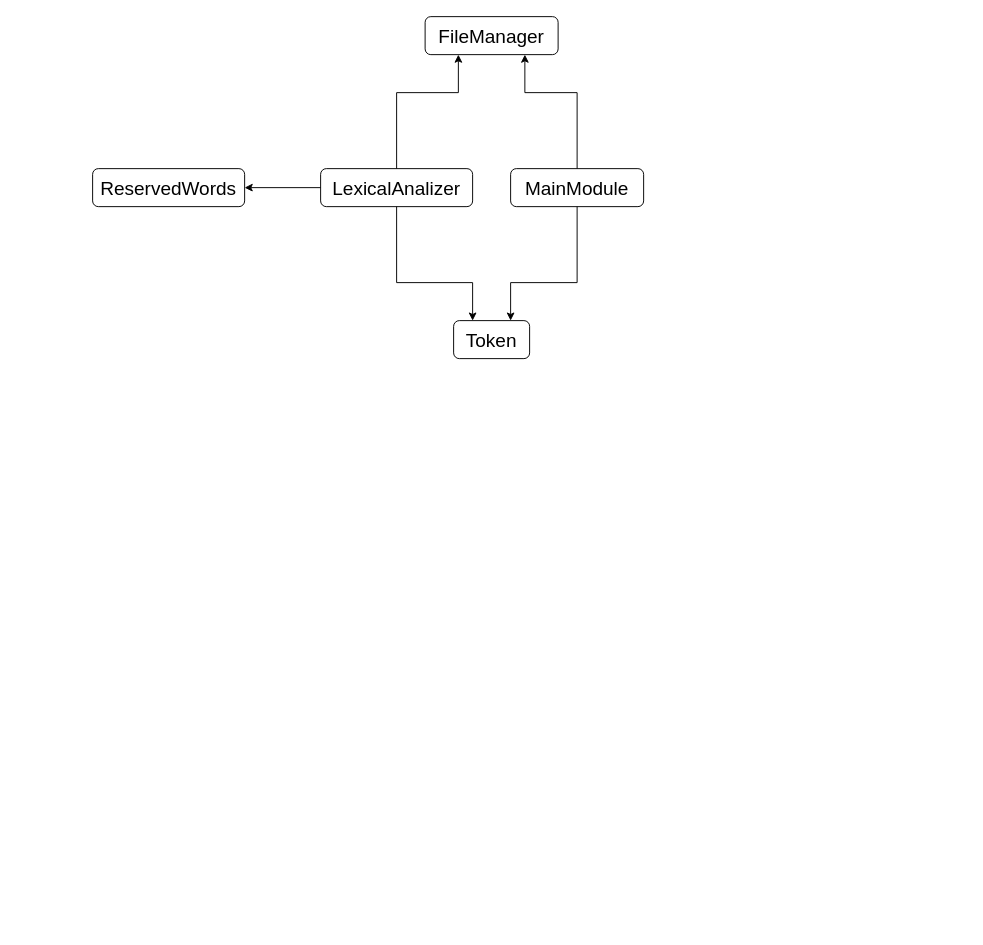
MatiasEG/Proyecto_Compiladores keeps this draw.io diagram as Clases.drawio. Above is the earlier version. Source tidied: cells renumbered, new cells numbered last; positions are measured from the earlier drawing's top-left corner, leaving out a move shared by most shapes. Both pictures are drawn from the tidied source at 95%, with x=0, y=0 at pixel (92, 16).
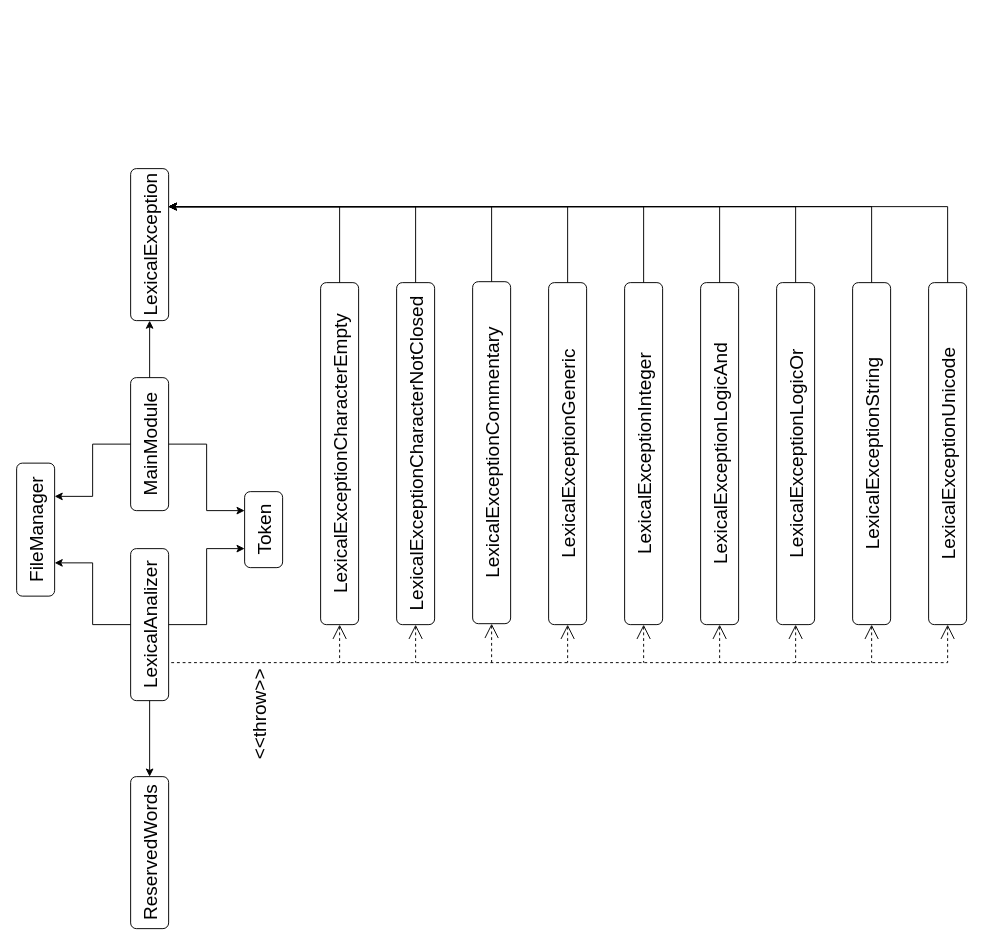
Above is the later version.

What changed in the source:
```diff
@@
+    <mxCell id="12" style="group;rotation=-90;" parent="1" vertex="1">
+      <mxGeometry y="40" width="840" height="1000" as="geometry" />
+    </mxCell>
-    <mxCell id="2" value="FileManager" style="rounded=1;whiteSpace=wrap;html=1;fontSize=20;" parent="1" vertex="1">
-      <mxGeometry x="350" width="140" height="40" as="geometry" />
+    <mxCell id="2" value="FileManager" style="rounded=1;whiteSpace=wrap;html=1;fontSize=20;rotation=-90;" parent="12" vertex="1">
+      <mxGeometry x="-130" y="480" width="140" height="40" as="geometry" />
     </mxCell>
-    <mxCell id="3" value="LexicalAnalizer" style="rounded=1;whiteSpace=wrap;html=1;fontSize=20;" parent="1" vertex="1">
-      <mxGeometry x="240" y="160" width="160" height="40" as="geometry" />
+    <mxCell id="3" value="LexicalAnalizer" style="rounded=1;whiteSpace=wrap;html=1;fontSize=20;rotation=-90;" parent="12" vertex="1">
+      <mxGeometry x="-20" y="580" width="160" height="40" as="geometry" />
     </mxCell>
-    <mxCell id="4" value="MainModule" style="rounded=1;whiteSpace=wrap;html=1;fontSize=20;" parent="1" vertex="1">
-      <mxGeometry x="440" y="160" width="140" height="40" as="geometry" />
+    <mxCell id="4" value="MainModule" style="rounded=1;whiteSpace=wrap;html=1;fontSize=20;rotation=-90;" parent="12" vertex="1">
+      <mxGeometry x="-10" y="390" width="140" height="40" as="geometry" />
     </mxCell>
-    <mxCell id="5" value="ReservedWords" style="rounded=1;whiteSpace=wrap;html=1;fontSize=20;" parent="1" vertex="1">
-      <mxGeometry y="160" width="160" height="40" as="geometry" />
+    <mxCell id="5" value="ReservedWords" style="rounded=1;whiteSpace=wrap;html=1;fontSize=20;rotation=-90;" parent="12" vertex="1">
+      <mxGeometry x="-20" y="820" width="160" height="40" as="geometry" />
     </mxCell>
-    <mxCell id="6" value="Token" style="rounded=1;whiteSpace=wrap;html=1;fontSize=20;" parent="1" vertex="1">
-      <mxGeometry x="380" y="320" width="80" height="40" as="geometry" />
+    <mxCell id="6" value="Token" style="rounded=1;whiteSpace=wrap;html=1;fontSize=20;rotation=-90;" parent="12" vertex="1">
+      <mxGeometry x="140" y="480" width="80" height="40" as="geometry" />
     </mxCell>
-    <mxCell id="7" style="endArrow=classic;html=1;rounded=0;fontSize=20;entryX=0.75;entryY=0;entryDx=0;entryDy=0;exitX=0.5;exitY=1;exitDx=0;exitDy=0;" parent="1" edge="1" source="4" target="6">
+    <mxCell id="7" style="endArrow=classic;html=1;rounded=0;fontSize=20;entryX=0.75;entryY=0;entryDx=0;entryDy=0;exitX=0.5;exitY=1;exitDx=0;exitDy=0;" parent="12" edge="1" source="4" target="6">
       <mxGeometry relative="1" as="geometry">
         <Array as="points">
-          <mxPoint x="510" y="280" />
-          <mxPoint x="440" y="280" />
+          <mxPoint x="120" y="410" />
+          <mxPoint x="120" y="480" />
         </Array>
       </mxGeometry>
     </mxCell>
-    <mxCell id="8" style="endArrow=classic;html=1;rounded=0;fontSize=20;exitX=0.5;exitY=1;exitDx=0;exitDy=0;entryX=0.25;entryY=0;entryDx=0;entryDy=0;" parent="1" edge="1" source="3" target="6">
+    <mxCell id="8" style="endArrow=classic;html=1;rounded=0;fontSize=20;exitX=0.5;exitY=1;exitDx=0;exitDy=0;entryX=0.25;entryY=0;entryDx=0;entryDy=0;" parent="12" edge="1" source="3" target="6">
       <mxGeometry relative="1" as="geometry">
         <Array as="points">
-          <mxPoint x="320" y="280" />
-          <mxPoint x="400" y="280" />
+          <mxPoint x="120" y="600" />
+          <mxPoint x="120" y="520" />
         </Array>
       </mxGeometry>
     </mxCell>
-    <mxCell id="9" style="endArrow=classic;html=1;rounded=0;fontSize=20;entryX=0.25;entryY=1;entryDx=0;entryDy=0;exitX=0.5;exitY=0;exitDx=0;exitDy=0;" parent="1" edge="1" source="3" target="2">
+    <mxCell id="9" style="endArrow=classic;html=1;rounded=0;fontSize=20;entryX=0.25;entryY=1;entryDx=0;entryDy=0;exitX=0.5;exitY=0;exitDx=0;exitDy=0;" parent="12" edge="1" source="3" target="2">
       <mxGeometry relative="1" as="geometry">
         <Array as="points">
-          <mxPoint x="320" y="80" />
-          <mxPoint x="385" y="80" />
+          <mxPoint y="600" />
+          <mxPoint y="535" />
         </Array>
       </mxGeometry>
     </mxCell>
-    <mxCell id="10" style="endArrow=classic;html=1;rounded=0;fontSize=20;entryX=0.75;entryY=1;entryDx=0;entryDy=0;exitX=0.5;exitY=0;exitDx=0;exitDy=0;" parent="1" edge="1" source="4" target="2">
+    <mxCell id="10" style="endArrow=classic;html=1;rounded=0;fontSize=20;entryX=0.75;entryY=1;entryDx=0;entryDy=0;exitX=0.5;exitY=0;exitDx=0;exitDy=0;" parent="12" edge="1" source="4" target="2">
       <mxGeometry relative="1" as="geometry">
         <Array as="points">
-          <mxPoint x="510" y="80" />
-          <mxPoint x="455" y="80" />
+          <mxPoint y="410" />
+          <mxPoint y="465" />
         </Array>
       </mxGeometry>
     </mxCell>
-    <mxCell id="11" style="endArrow=classic;html=1;rounded=0;fontSize=20;entryX=1;entryY=0.5;entryDx=0;entryDy=0;exitX=0;exitY=0.5;exitDx=0;exitDy=0;" parent="1" edge="1" source="3" target="5">
+    <mxCell id="11" style="endArrow=classic;html=1;rounded=0;fontSize=20;entryX=1;entryY=0.5;entryDx=0;entryDy=0;exitX=0;exitY=0.5;exitDx=0;exitDy=0;" parent="12" edge="1" source="3" target="5">
       <mxGeometry relative="1" as="geometry" />
     </mxCell>
+    <mxCell id="13" value="LexicalException" style="rounded=1;whiteSpace=wrap;html=1;fontSize=20;rotation=-90;" parent="12" vertex="1">
+      <mxGeometry x="-20" y="180" width="160" height="40" as="geometry" />
+    </mxCell>
+    <mxCell id="14" value="LexicalExceptionCharacterEmpty" style="rounded=1;whiteSpace=wrap;html=1;fontSize=20;rotation=-90;" parent="12" vertex="1">
+      <mxGeometry x="80" y="400" width="360" height="40" as="geometry" />
+    </mxCell>
+    <mxCell id="15" value="LexicalExceptionUnicode" style="rounded=1;whiteSpace=wrap;html=1;fontSize=20;rotation=-90;" parent="12" vertex="1">
+      <mxGeometry x="720" y="400" width="360" height="40" as="geometry" />
+    </mxCell>
+    <mxCell id="16" value="LexicalExceptionString" style="rounded=1;whiteSpace=wrap;html=1;fontSize=20;rotation=-90;" parent="12" vertex="1">
+      <mxGeometry x="640" y="400" width="360" height="40" as="geometry" />
+    </mxCell>
+    <mxCell id="17" value="LexicalExceptionLogicOr" style="rounded=1;whiteSpace=wrap;html=1;fontSize=20;rotation=-90;" parent="12" vertex="1">
+      <mxGeometry x="560" y="400" width="360" height="40" as="geometry" />
+    </mxCell>
+    <mxCell id="18" value="LexicalExceptionLogicAnd" style="rounded=1;whiteSpace=wrap;html=1;fontSize=20;rotation=-90;" parent="12" vertex="1">
+      <mxGeometry x="480" y="400" width="360" height="40" as="geometry" />
+    </mxCell>
+    <mxCell id="19" value="LexicalExceptionInteger" style="rounded=1;whiteSpace=wrap;html=1;fontSize=20;rotation=-90;" parent="12" vertex="1">
+      <mxGeometry x="400" y="400" width="360" height="40" as="geometry" />
+    </mxCell>
+    <mxCell id="20" value="LexicalExceptionGeneric" style="rounded=1;whiteSpace=wrap;html=1;fontSize=20;rotation=-90;" parent="12" vertex="1">
+      <mxGeometry x="320" y="400" width="360" height="40" as="geometry" />
+    </mxCell>
+    <mxCell id="21" value="LexicalExceptionCommentary" style="rounded=1;whiteSpace=wrap;html=1;fontSize=20;rotation=-90;" parent="12" vertex="1">
+      <mxGeometry x="240" y="399" width="360" height="40" as="geometry" />
+    </mxCell>
+    <mxCell id="22" value="LexicalExceptionCharacterNotClosed" style="rounded=1;whiteSpace=wrap;html=1;fontSize=20;rotation=-90;" parent="12" vertex="1">
+      <mxGeometry x="160" y="400" width="360" height="40" as="geometry" />
+    </mxCell>
+    <mxCell id="23" style="endArrow=none;dashed=1;html=1;rounded=0;startSize=13;endSize=6;startArrow=open;startFill=0;exitX=0;exitY=0.5;exitDx=0;exitDy=0;" parent="12" edge="1" source="22">
+      <mxGeometry relative="1" as="geometry">
+        <mxPoint x="340" y="640" as="targetPoint" />
+      </mxGeometry>
+    </mxCell>
+    <mxCell id="24" style="endArrow=none;dashed=1;html=1;rounded=0;startSize=13;endSize=6;startArrow=open;startFill=0;entryX=0.25;entryY=1;entryDx=0;entryDy=0;exitX=0;exitY=0.5;exitDx=0;exitDy=0;" parent="12" edge="1" source="15" target="3">
+      <mxGeometry relative="1" as="geometry">
+        <Array as="points">
+          <mxPoint x="900" y="640" />
+        </Array>
+      </mxGeometry>
+    </mxCell>
+    <mxCell id="25" style="endArrow=none;dashed=1;html=1;rounded=0;startSize=13;endSize=6;startArrow=open;startFill=0;exitX=0;exitY=0.5;exitDx=0;exitDy=0;" parent="12" edge="1" source="21">
+      <mxGeometry relative="1" as="geometry">
+        <mxPoint x="420" y="640" as="targetPoint" />
+      </mxGeometry>
+    </mxCell>
+    <mxCell id="26" style="endArrow=none;dashed=1;html=1;rounded=0;startSize=13;endSize=6;startArrow=open;startFill=0;exitX=0;exitY=0.5;exitDx=0;exitDy=0;" parent="12" edge="1" source="20">
+      <mxGeometry relative="1" as="geometry">
+        <mxPoint x="500" y="640" as="targetPoint" />
+      </mxGeometry>
+    </mxCell>
+    <mxCell id="27" style="endArrow=none;dashed=1;html=1;rounded=0;startSize=13;endSize=6;startArrow=open;startFill=0;exitX=0;exitY=0.5;exitDx=0;exitDy=0;" parent="12" edge="1" source="19">
+      <mxGeometry relative="1" as="geometry">
+        <mxPoint x="580" y="640" as="targetPoint" />
+      </mxGeometry>
+    </mxCell>
+    <mxCell id="28" style="endArrow=none;dashed=1;html=1;rounded=0;startSize=13;endSize=6;startArrow=open;startFill=0;exitX=0;exitY=0.5;exitDx=0;exitDy=0;" parent="12" edge="1" source="18">
+      <mxGeometry relative="1" as="geometry">
+        <mxPoint x="660" y="640" as="targetPoint" />
+      </mxGeometry>
+    </mxCell>
+    <mxCell id="29" style="endArrow=none;dashed=1;html=1;rounded=0;startSize=13;endSize=6;startArrow=open;startFill=0;exitX=0;exitY=0.5;exitDx=0;exitDy=0;" parent="12" edge="1" source="17">
+      <mxGeometry relative="1" as="geometry">
+        <mxPoint x="740" y="640" as="targetPoint" />
+      </mxGeometry>
+    </mxCell>
+    <mxCell id="30" style="endArrow=none;dashed=1;html=1;rounded=0;startSize=13;endSize=6;startArrow=open;startFill=0;exitX=0;exitY=0.5;exitDx=0;exitDy=0;" parent="12" edge="1" source="16">
+      <mxGeometry relative="1" as="geometry">
+        <mxPoint x="820" y="640" as="targetPoint" />
+      </mxGeometry>
+    </mxCell>
+    <mxCell id="31" style="endArrow=none;dashed=1;html=1;rounded=0;startSize=13;endSize=6;startArrow=open;startFill=0;exitX=0;exitY=0.5;exitDx=0;exitDy=0;" parent="12" edge="1" source="14">
+      <mxGeometry relative="1" as="geometry">
+        <mxPoint x="260" y="640" as="targetPoint" />
+      </mxGeometry>
+    </mxCell>
+    <mxCell id="32" style="endArrow=classic;html=1;rounded=0;startSize=13;endSize=6;entryX=0;entryY=0.5;entryDx=0;entryDy=0;exitX=1;exitY=0.5;exitDx=0;exitDy=0;" parent="12" edge="1" source="4" target="13">
+      <mxGeometry relative="1" as="geometry" />
+    </mxCell>
+    <mxCell id="33" value="&amp;lt;&amp;lt;throw&amp;gt;&amp;gt;" style="text;html=1;align=center;verticalAlign=middle;strokeColor=none;fillColor=none;fontSize=20;rotation=-90;" parent="12" vertex="1">
+      <mxGeometry x="120" y="680" width="110" height="30" as="geometry" />
+    </mxCell>
+    <mxCell id="34" style="endArrow=classic;html=1;rounded=0;fontSize=20;startSize=13;endSize=6;entryX=0.75;entryY=1;entryDx=0;entryDy=0;exitX=1;exitY=0.5;exitDx=0;exitDy=0;" parent="12" edge="1" source="14" target="13">
+      <mxGeometry relative="1" as="geometry">
+        <Array as="points">
+          <mxPoint x="260" y="160" />
+        </Array>
+      </mxGeometry>
+    </mxCell>
+    <mxCell id="35" style="endArrow=classic;html=1;rounded=0;fontSize=20;startSize=13;endSize=6;entryX=0.75;entryY=1;entryDx=0;entryDy=0;exitX=1;exitY=0.5;exitDx=0;exitDy=0;" parent="12" edge="1" source="22" target="13">
+      <mxGeometry relative="1" as="geometry">
+        <Array as="points">
+          <mxPoint x="340" y="160" />
+        </Array>
+      </mxGeometry>
+    </mxCell>
+    <mxCell id="36" style="endArrow=classic;html=1;rounded=0;fontSize=20;startSize=13;endSize=6;exitX=1;exitY=0.5;exitDx=0;exitDy=0;entryX=0.75;entryY=1;entryDx=0;entryDy=0;" parent="12" edge="1" source="21" target="13">
+      <mxGeometry relative="1" as="geometry">
+        <Array as="points">
+          <mxPoint x="420" y="160" />
+        </Array>
+      </mxGeometry>
+    </mxCell>
+    <mxCell id="37" style="endArrow=classic;html=1;rounded=0;fontSize=20;startSize=13;endSize=6;entryX=0.75;entryY=1;entryDx=0;entryDy=0;exitX=1;exitY=0.5;exitDx=0;exitDy=0;" parent="12" edge="1" source="20" target="13">
+      <mxGeometry relative="1" as="geometry">
+        <Array as="points">
+          <mxPoint x="500" y="160" />
+        </Array>
+      </mxGeometry>
+    </mxCell>
+    <mxCell id="38" style="endArrow=classic;html=1;rounded=0;fontSize=20;startSize=13;endSize=6;entryX=0.75;entryY=1;entryDx=0;entryDy=0;exitX=1;exitY=0.5;exitDx=0;exitDy=0;" parent="12" edge="1" source="18" target="13">
+      <mxGeometry relative="1" as="geometry">
+        <Array as="points">
+          <mxPoint x="660" y="160" />
+        </Array>
+      </mxGeometry>
+    </mxCell>
+    <mxCell id="39" style="endArrow=classic;html=1;rounded=0;fontSize=20;startSize=13;endSize=6;exitX=1;exitY=0.5;exitDx=0;exitDy=0;entryX=0.75;entryY=1;entryDx=0;entryDy=0;" parent="12" edge="1" source="19" target="13">
+      <mxGeometry relative="1" as="geometry">
+        <Array as="points">
+          <mxPoint x="580" y="160" />
+        </Array>
+      </mxGeometry>
+    </mxCell>
+    <mxCell id="40" style="endArrow=classic;html=1;rounded=0;fontSize=20;startSize=13;endSize=6;exitX=1;exitY=0.5;exitDx=0;exitDy=0;entryX=0.75;entryY=1;entryDx=0;entryDy=0;" parent="12" edge="1" source="17" target="13">
+      <mxGeometry relative="1" as="geometry">
+        <Array as="points">
+          <mxPoint x="740" y="160" />
+        </Array>
+      </mxGeometry>
+    </mxCell>
+    <mxCell id="41" style="endArrow=classic;html=1;rounded=0;fontSize=20;startSize=13;endSize=6;entryX=0.75;entryY=1;entryDx=0;entryDy=0;exitX=1;exitY=0.5;exitDx=0;exitDy=0;" parent="12" edge="1" source="16" target="13">
+      <mxGeometry relative="1" as="geometry">
+        <Array as="points">
+          <mxPoint x="820" y="160" />
+        </Array>
+      </mxGeometry>
+    </mxCell>
+    <mxCell id="42" style="endArrow=classic;html=1;rounded=0;fontSize=20;startSize=13;endSize=6;entryX=0.75;entryY=1;entryDx=0;entryDy=0;exitX=1;exitY=0.5;exitDx=0;exitDy=0;" parent="12" edge="1" source="15" target="13">
+      <mxGeometry relative="1" as="geometry">
+        <Array as="points">
+          <mxPoint x="900" y="160" />
+        </Array>
+      </mxGeometry>
+    </mxCell>
```
